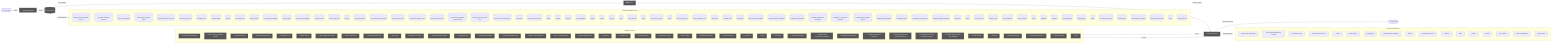
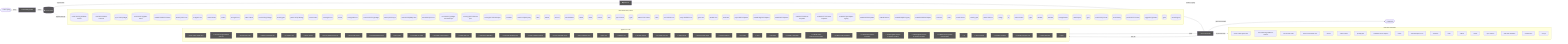
flowchart LR
  UserQ(["👤 User Query"])
  Embed["📐 Embedding Model"]
  VecDB[("📚 Vector Store")]
  Retriever["🔍 Retriever"]
  LLMNode["🧠 LLM / Generator"]
  Output(["✅ Response"])
  UserQ -->|query| Embed
  Embed -->|vector| VecDB
  VecDB -->|top-k chunks| Retriever
  Retriever -->|context + query| LLMNode
  LLMNode -->|generated answer| Output
  subgraph DetectedMemory["Detected memory stores"]
    det_detectedmemory_check_steering_feedback_contract_80134459[("check-steering-feedback-contract")]
    det_detectedmemory_normalize_workflow_contracts_8701f1c8[("normalize-workflow-contracts")]
    det_detectedmemory_sync_codex_preflight_7e7a8dc2[("sync-codex-preflight")]
    det_detectedmemory_test_harness_upgrade_matrix_84113c4e[("test-harness-upgrade-matrix")]
    det_detectedmemory_validate_workflow_contracts_33dc063c[("validate-workflow-contracts")]
    det_detectedmemory_branch_protect_core_a8feb0fd[("branch-protect-core")]
    det_detectedmemory_ci_migrate_core_7005b5af[("ci-migrate-core")]
    det_detectedmemory_context_health_80bb7da9[("context-health")]
    det_detectedmemory_context_ea7792a2[("context")]
    det_detectedmemory_docs_gate_core_eb9b6c18[("docs-gate-core")]
    det_detectedmemory_index_context_de3ed39d[("index-context")]
    det_detectedmemory_local_memory_preflight_dcc36c42[("local-memory-preflight")]
    det_detectedmemory_memory_gate_a577a506[("memory-gate")]
    det_detectedmemory_pattern_scope_siblings_43abe000[("pattern-scope-siblings")]
    det_detectedmemory_review_context_ca6cf81d[("review-context")]
    det_detectedmemory_review_gate_core_4c8001f9[("review-gate-core")]
    det_detectedmemory_search_24193290[("search")]
    det_detectedmemory_tooling_audit_core_328d6a41[("tooling-audit-core")]
    det_detectedmemory_run_local_memory_preflight_36e92808[("run-local-memory-preflight")]
    det_detectedmemory_branch_protect_sync_570adb18[("branch-protect-sync")]
    det_detectedmemory_command_capability_rules_ca3f496a[("command-capability-rules")]
    det_detectedmemory_command_specs_core_1c0ffc99[("command-specs-core")]
    det_detectedmemory_local_memory_preflight_command_spec_9e23f3ce[("local-memory-preflight-command-spec")]
    det_detectedmemory_memory_gate_command_spec_dc9001a9[("memory-gate-command-spec")]
    det_detectedmemory_review_gate_command_spec_3187376a[("review-gate-command-spec")]
    det_detectedmemory_constants_7517017f[("constants")]
    det_detectedmemory_context_compact_policy_3dcaf95d[("context-compact-policy")]
    det_detectedmemory_index_1bc04b52[("index")]
    det_detectedmemory_indexer_70fa78e5[("indexer")]
    det_detectedmemory_init_error_5c7dd49f[("init-error")]
    det_detectedmemory_lexical_fallback_723e2b3e[("lexical-fallback")]
    det_detectedmemory_ollama_76e3c7bf[("ollama")]
    det_detectedmemory_rollout_a4fa034c[("rollout")]
    det_detectedmemory_sources_878a52fc[("sources")]
    det_detectedmemory_store_824d80d7[("store")]
    det_detectedmemory_sync_contract_c79fa191[("sync-contract")]
-     det_detectedmemory_types_3_9675d69b[("types")]
+     det_detectedmemory_types_4_822d0f88[("types")]
    det_detectedmemory_harness_run_context_ac7c77a9[("harness-run-context")]
    det_detectedmemory_index_1_faebc14e[("index")]
    det_detectedmemory_json_schema_core_96d7e328[("json-schema-core")]
    det_detectedmemory_policy_validators_core_714a3fe7[("policy-validators-core")]
    det_detectedmemory_types_core_e405ddca[("types-core")]
    det_detectedmemory_validator_core_4358f8ba[("validator-core")]
    det_detectedmemory_init_modes_c05ceb07[("init-modes")]
    det_detectedmemory_project_brain_templates_7ef51530[("project-brain-templates")]
    det_detectedmemory_scaffold_diagram_templates_dd88e83c[("scaffold-diagram-templates")]
    det_detectedmemory_scaffold_doc_templates_f6152330[("scaffold-doc-templates")]
    det_detectedmemory_scaffold_environment_templates_c1ceba6a[("scaffold-environment-templates")]
    det_detectedmemory_scaffold_root_command_templates_404fed7f[("scaffold-root-command-templates")]
    det_detectedmemory_scaffold_script_template_registry_69312d4e[("scaffold-script-template-registry")]
    det_detectedmemory_scaffold_shell_templates_0ad0f915[("scaffold-shell-templates")]
    det_detectedmemory_scaffold_surfaces_12d6494e[("scaffold-surfaces")]
    det_detectedmemory_scaffold_template_registry_b1cce2aa[("scaffold-template-registry")]
    det_detectedmemory_scaffold_workflow_template_92310587[("scaffold-workflow-template")]
    det_detectedmemory_eval_seed_5699fd3e[("eval-seed")]
    det_detectedmemory_index_4_013aa0e3[("index")]
    det_detectedmemory_review_context_1_e3afed15[("review-context")]
    det_detectedmemory_memory_gate_1_265164ac[("memory-gate")]
    det_detectedmemory_branch_enforcer_acb749cd[("branch-enforcer")]
+     det_detectedmemory_cli_args_2_81c58cf7[("cli-args")]
+     det_detectedmemory_cli_3_9d90d3fe[("cli")]
    det_detectedmemory_metrics_tracker_98cec29c[("metrics-tracker")]
-     det_detectedmemory_types_10_75e5a4a0[("types")]
+     det_detectedmemory_types_11_4be3ee64[("types")]
    det_detectedmemory_validator_4_5180cf23[("validator")]
    det_detectedmemory_classifier_fe1991a9[("classifier")]
    det_detectedmemory_tooling_baseline_50ab2eeb[("tooling-baseline")]
    det_detectedmemory_claim_helpers_20dc8387[("claim-helpers")]
-     det_detectedmemory_types_14_fe7507be[("types")]
+     det_detectedmemory_types_16_0fae1112[("types")]
    det_detectedmemory_local_memory_smoke_1175abfc[("local-memory-smoke")]
    det_detectedmemory_local_memory_0db17ecc[("local-memory")]
    det_detectedmemory_performance_overload_c685bfcf[("performance-overload")]
    det_detectedmemory_suggestion_generator_0956f794[("suggestion-generator")]
-     det_detectedmemory_types_19_eb4ad5f0[("types")]
+     det_detectedmemory_types_22_f3cf4a73[("types")]
    det_detectedmemory_overload_guard_2748c559[("overload-guard")]
  end
  VecDB -. "implemented by" .-> DetectedMemory
  subgraph DetectedLLM["Detected LLM clients"]
    det_detectedllm_check_codex_agent_roles_5bb2e89b["check-codex-agent-roles"]
    det_detectedllm_check_steering_feedback_contract_80134459["check-steering-feedback-contract"]
    det_detectedllm_run_harness_evals_77704768["run-harness-evals"]
    det_detectedllm_check_environment_core_2c16213f["check-environment-core"]
    det_detectedllm_context_ea7792a2["context"]
    det_detectedllm_index_context_de3ed39d["index-context"]
    det_detectedllm_prompt_gate_c5e9d207["prompt-gate"]
    det_detectedllm_remediate_runner_helpers_929fedcc["remediate-runner-helpers"]
    det_detectedllm_search_24193290["search"]
    det_detectedllm_command_specs_core_1c0ffc99["command-specs-core"]
    det_detectedllm_constants_7517017f["constants"]
    det_detectedllm_index_1bc04b52["index"]
    det_detectedllm_indexer_70fa78e5["indexer"]
    det_detectedllm_ollama_76e3c7bf["ollama"]
    det_detectedllm_sync_contract_c79fa191["sync-contract"]
    det_detectedllm_north_star_validators_cfc926ce["north-star-validators"]
    det_detectedllm_sensitive_text_7c11f760["sensitive-text"]
+     det_detectedllm_cli_args_5_09ea29f0["cli-args"]
  end
  LLMNode -. "implemented by" .-> DetectedLLM
  subgraph DetectedTools["Agentic tool calls"]
    det_detectedtools_check_codex_agent_roles_5bb2e89b["🔧 check-codex-agent-roles"]
    det_detectedtools_check_steering_feedback_contract_80134459["🔧 check-steering-feedback-contract"]
    det_detectedtools_run_harness_evals_77704768["🔧 run-harness-evals"]
    det_detectedtools_validate_packaged_skill_5e32c890["🔧 validate-packaged-skill"]
    det_detectedtools_ci_migrate_core_7005b5af["🔧 ci-migrate-core"]
    det_detectedtools_doctor_checks_5a2eb2b9["🔧 doctor-checks"]
    det_detectedtools_doctor_github_tool_checks_a53b0382["🔧 doctor-github-tool-checks"]
    det_detectedtools_doctor_tool_checks_4acac51a["🔧 doctor-tool-checks"]
    det_detectedtools_next_blocked_decisions_4140ad2b["🔧 next-blocked-decisions"]
    det_detectedtools_policy_gate_213f7313["🔧 policy-gate"]
    det_detectedtools_remediate_cli_output_cc165396["🔧 remediate-cli-output"]
    det_detectedtools_remediate_runner_helpers_929fedcc["🔧 remediate-runner-helpers"]
    det_detectedtools_review_gate_core_4c8001f9["🔧 review-gate-core"]
    det_detectedtools_command_capabilities_a4d5c71e["🔧 command-capabilities"]
    det_detectedtools_command_capability_rules_ca3f496a["🔧 command-capability-rules"]
    det_detectedtools_linear_command_actions_e430f4f4["🔧 linear-command-actions"]
    det_detectedtools_linear_command_runner_4a740dfc["🔧 linear-command-runner"]
    det_detectedtools_policy_validators_core_714a3fe7["🔧 policy-validators-core"]
    det_detectedtools_types_core_e405ddca["🔧 types-core"]
    det_detectedtools_validator_core_4358f8ba["🔧 validator-core"]
    det_detectedtools_validator_helpers_7b927667["🔧 validator-helpers"]
    det_detectedtools_he_phase_exit_core_1148895b["🔧 he-phase-exit-core"]
    det_detectedtools_ralph_runtime_73d63c0e["🔧 ralph-runtime"]
    det_detectedtools_observed_skill_usage_ed7d5930["🔧 observed-skill-usage"]
    det_detectedtools_closure_evidence_aaa31467["🔧 closure-evidence"]
    det_detectedtools_pr_creator_dc6b1ea4["🔧 pr-creator"]
    det_detectedtools_client_948fe603["🔧 client"]
    det_detectedtools_init_output_360dce91["🔧 init-output"]
    det_detectedtools_scaffold_ci_templates_2afd6392["🔧 scaffold-ci-templates"]
    det_detectedtools_scaffold_codex_environment_templates_334fbbed["🔧 scaffold-codex-environment-templates"]
    det_detectedtools_scaffold_config_templates_4b80ce53["🔧 scaffold-config-templates"]
    det_detectedtools_scaffold_environment_templates_c1ceba6a["🔧 scaffold-environment-templates"]
    det_detectedtools_scaffold_github_actions_pr_pipeline_renderer_1ee18de5["🔧 scaffold-github-actions-pr-pipeline-renderer"]
    det_detectedtools_scaffold_github_actions_pr_pipeline_template_e2b85f62["🔧 scaffold-github-actions-pr-pipeline-template"]
    det_detectedtools_scaffold_release_private_npm_template_075499f8["🔧 scaffold-release-private-npm-template"]
+     det_detectedtools_cli_3_9d90d3fe["🔧 cli"]
    det_detectedtools_metrics_tracker_98cec29c["🔧 metrics-tracker"]
-     det_detectedtools_validator_4_5180cf23["🔧 validator"]
    det_detectedtools_normalise_renderer_85f2e563["🔧 normalise-renderer"]
    det_detectedtools_evaluation_engine_core_e054fe49["🔧 evaluation-engine-core"]
    det_detectedtools_tooling_baseline_50ab2eeb["🔧 tooling-baseline"]
-     det_detectedtools_types_21_5756f9dc["🔧 types"]
+     det_detectedtools_types_24_c63dc1a7["🔧 types"]
  end
  LLMNode -->|tool use| DetectedTools
  DetectedTools -->|result| LLMNode
  classDef memNode fill:#555,color:#fff
  class VecDB,Retriever memNode
  classDef llmNode fill:#555,color:#fff
  class LLMNode,Embed llmNode
  classDef toolNode fill:#555,color:#fff
-   class det_detectedtools_check_codex_agent_roles_5bb2e89b,det_detectedtools_check_steering_feedback_contract_80134459,det_detectedtools_run_harness_evals_77704768,det_detectedtools_validate_packaged_skill_5e32c890,det_detectedtools_ci_migrate_core_7005b5af,det_detectedtools_doctor_checks_5a2eb2b9,det_detectedtools_doctor_github_tool_checks_a53b0382,det_detectedtools_doctor_tool_checks_4acac51a,det_detectedtools_next_blocked_decisions_4140ad2b,det_detectedtools_policy_gate_213f7313,det_detectedtools_remediate_cli_output_cc165396,det_detectedtools_remediate_runner_helpers_929fedcc,det_detectedtools_review_gate_core_4c8001f9,det_detectedtools_command_capabilities_a4d5c71e,det_detectedtools_command_capability_rules_ca3f496a,det_detectedtools_linear_command_actions_e430f4f4,det_detectedtools_linear_command_runner_4a740dfc,det_detectedtools_policy_validators_core_714a3fe7,det_detectedtools_types_core_e405ddca,det_detectedtools_validator_core_4358f8ba,det_detectedtools_validator_helpers_7b927667,det_detectedtools_he_phase_exit_core_1148895b,det_detectedtools_ralph_runtime_73d63c0e,det_detectedtools_observed_skill_usage_ed7d5930,det_detectedtools_closure_evidence_aaa31467,det_detectedtools_pr_creator_dc6b1ea4,det_detectedtools_client_948fe603,det_detectedtools_init_output_360dce91,det_detectedtools_scaffold_ci_templates_2afd6392,det_detectedtools_scaffold_codex_environment_templates_334fbbed,det_detectedtools_scaffold_config_templates_4b80ce53,det_detectedtools_scaffold_environment_templates_c1ceba6a,det_detectedtools_scaffold_github_actions_pr_pipeline_renderer_1ee18de5,det_detectedtools_scaffold_github_actions_pr_pipeline_template_e2b85f62,det_detectedtools_scaffold_release_private_npm_template_075499f8,det_detectedtools_metrics_tracker_98cec29c,det_detectedtools_validator_4_5180cf23,det_detectedtools_normalise_renderer_85f2e563,det_detectedtools_evaluation_engine_core_e054fe49,det_detectedtools_tooling_baseline_50ab2eeb,det_detectedtools_types_21_5756f9dc toolNode
+   class det_detectedtools_check_codex_agent_roles_5bb2e89b,det_detectedtools_check_steering_feedback_contract_80134459,det_detectedtools_run_harness_evals_77704768,det_detectedtools_validate_packaged_skill_5e32c890,det_detectedtools_ci_migrate_core_7005b5af,det_detectedtools_doctor_checks_5a2eb2b9,det_detectedtools_doctor_github_tool_checks_a53b0382,det_detectedtools_doctor_tool_checks_4acac51a,det_detectedtools_next_blocked_decisions_4140ad2b,det_detectedtools_policy_gate_213f7313,det_detectedtools_remediate_cli_output_cc165396,det_detectedtools_remediate_runner_helpers_929fedcc,det_detectedtools_review_gate_core_4c8001f9,det_detectedtools_command_capabilities_a4d5c71e,det_detectedtools_command_capability_rules_ca3f496a,det_detectedtools_linear_command_actions_e430f4f4,det_detectedtools_linear_command_runner_4a740dfc,det_detectedtools_policy_validators_core_714a3fe7,det_detectedtools_types_core_e405ddca,det_detectedtools_validator_core_4358f8ba,det_detectedtools_validator_helpers_7b927667,det_detectedtools_he_phase_exit_core_1148895b,det_detectedtools_ralph_runtime_73d63c0e,det_detectedtools_observed_skill_usage_ed7d5930,det_detectedtools_closure_evidence_aaa31467,det_detectedtools_pr_creator_dc6b1ea4,det_detectedtools_client_948fe603,det_detectedtools_init_output_360dce91,det_detectedtools_scaffold_ci_templates_2afd6392,det_detectedtools_scaffold_codex_environment_templates_334fbbed,det_detectedtools_scaffold_config_templates_4b80ce53,det_detectedtools_scaffold_environment_templates_c1ceba6a,det_detectedtools_scaffold_github_actions_pr_pipeline_renderer_1ee18de5,det_detectedtools_scaffold_github_actions_pr_pipeline_template_e2b85f62,det_detectedtools_scaffold_release_private_npm_template_075499f8,det_detectedtools_cli_3_9d90d3fe,det_detectedtools_metrics_tracker_98cec29c,det_detectedtools_normalise_renderer_85f2e563,det_detectedtools_evaluation_engine_core_e054fe49,det_detectedtools_tooling_baseline_50ab2eeb,det_detectedtools_types_24_c63dc1a7 toolNode
